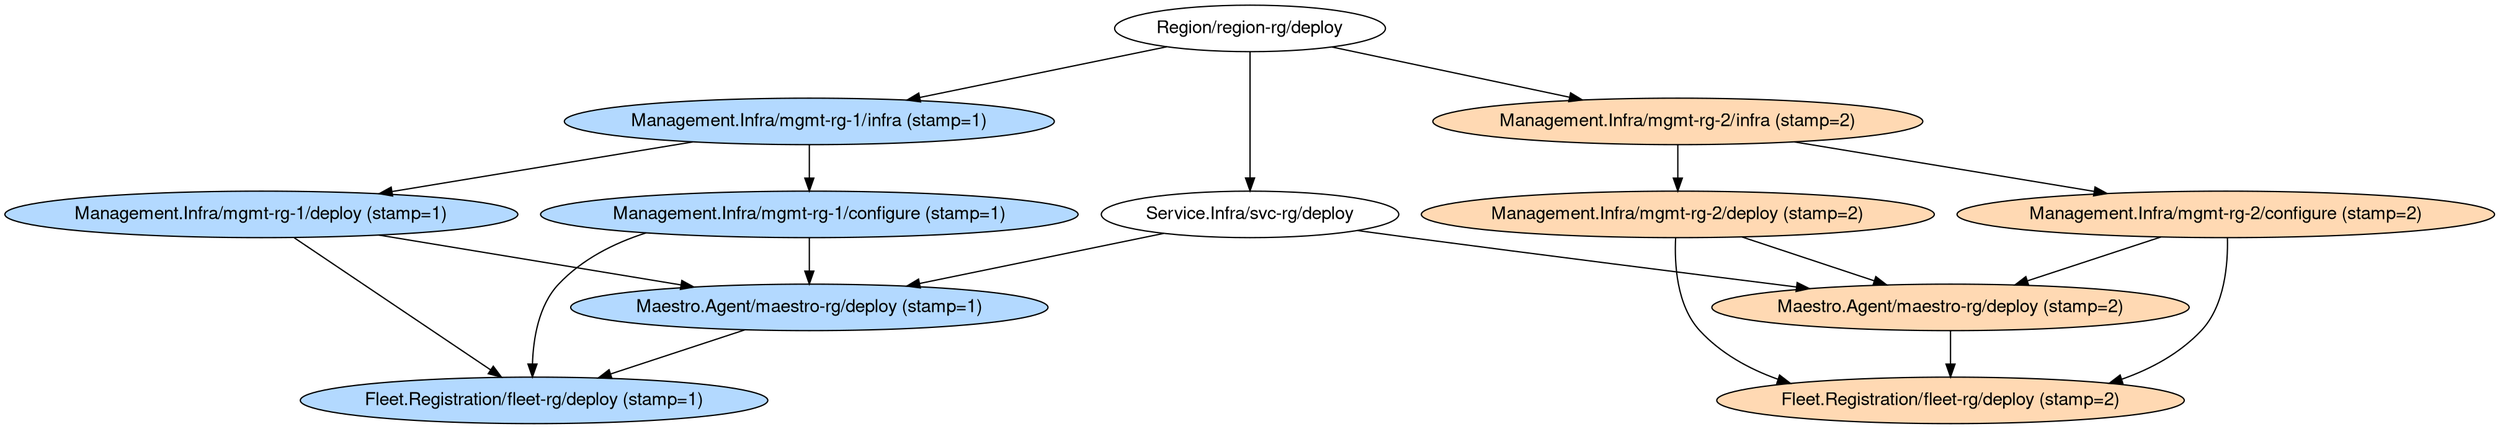
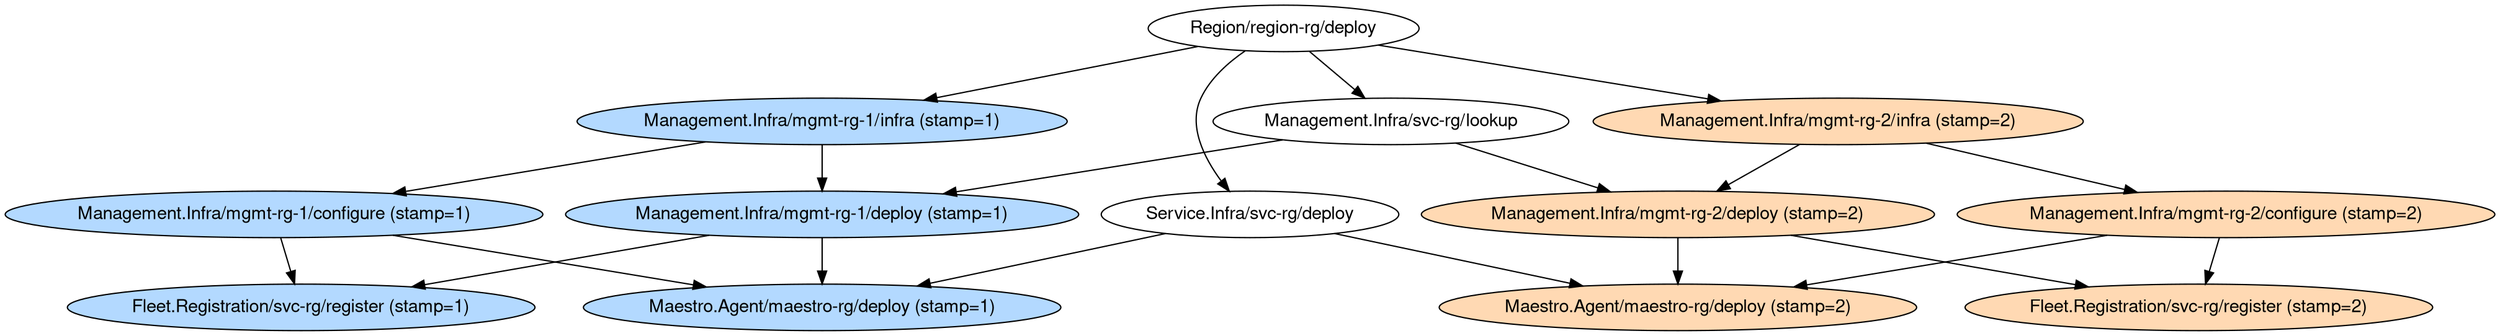
digraph regexp {
 fontname="Helvetica,Arial,sans-serif"
 node [fontname="Helvetica,Arial,sans-serif"]
 edge [fontname="Helvetica,Arial,sans-serif"]
 "Region_region-rg_deploy" [label="Region/region-rg/deploy"];
 "Region_region-rg_deploy" -> "Service.Infra_svc-rg_deploy";
+  "Region_region-rg_deploy" -> "Management.Infra_svc-rg_lookup";
 "Region_region-rg_deploy" -> "Management.Infra_mgmt-rg_infra_1";
 "Region_region-rg_deploy" -> "Management.Infra_mgmt-rg_infra_2";
 "Service.Infra_svc-rg_deploy" [label="Service.Infra/svc-rg/deploy"];
 "Service.Infra_svc-rg_deploy" -> "Maestro.Agent_maestro-rg_deploy_1";
 "Service.Infra_svc-rg_deploy" -> "Maestro.Agent_maestro-rg_deploy_2";
+  "Management.Infra_svc-rg_lookup" [label="Management.Infra/svc-rg/lookup"];
+  "Management.Infra_svc-rg_lookup" -> "Management.Infra_mgmt-rg_deploy_1";
+  "Management.Infra_svc-rg_lookup" -> "Management.Infra_mgmt-rg_deploy_2";
 "Management.Infra_mgmt-rg_configure_1" [label="Management.Infra/mgmt-rg-1/configure (stamp=1)" style=filled fillcolor="#B3D9FF"];
 "Management.Infra_mgmt-rg_configure_1" -> "Maestro.Agent_maestro-rg_deploy_1";
-  "Management.Infra_mgmt-rg_configure_1" -> "Fleet.Registration_fleet-rg_deploy_1";
+  "Management.Infra_mgmt-rg_configure_1" -> "Fleet.Registration_svc-rg-stamped_register_1";
 "Management.Infra_mgmt-rg_deploy_1" [label="Management.Infra/mgmt-rg-1/deploy (stamp=1)" style=filled fillcolor="#B3D9FF"];
 "Management.Infra_mgmt-rg_deploy_1" -> "Maestro.Agent_maestro-rg_deploy_1";
-  "Management.Infra_mgmt-rg_deploy_1" -> "Fleet.Registration_fleet-rg_deploy_1";
+  "Management.Infra_mgmt-rg_deploy_1" -> "Fleet.Registration_svc-rg-stamped_register_1";
 "Management.Infra_mgmt-rg_infra_1" [label="Management.Infra/mgmt-rg-1/infra (stamp=1)" style=filled fillcolor="#B3D9FF"];
 "Management.Infra_mgmt-rg_infra_1" -> "Management.Infra_mgmt-rg_configure_1";
 "Management.Infra_mgmt-rg_infra_1" -> "Management.Infra_mgmt-rg_deploy_1";
 "Management.Infra_mgmt-rg_configure_2" [label="Management.Infra/mgmt-rg-2/configure (stamp=2)" style=filled fillcolor="#FFD9B3"];
 "Management.Infra_mgmt-rg_configure_2" -> "Maestro.Agent_maestro-rg_deploy_2";
-  "Management.Infra_mgmt-rg_configure_2" -> "Fleet.Registration_fleet-rg_deploy_2";
+  "Management.Infra_mgmt-rg_configure_2" -> "Fleet.Registration_svc-rg-stamped_register_2";
 "Management.Infra_mgmt-rg_deploy_2" [label="Management.Infra/mgmt-rg-2/deploy (stamp=2)" style=filled fillcolor="#FFD9B3"];
 "Management.Infra_mgmt-rg_deploy_2" -> "Maestro.Agent_maestro-rg_deploy_2";
-  "Management.Infra_mgmt-rg_deploy_2" -> "Fleet.Registration_fleet-rg_deploy_2";
+  "Management.Infra_mgmt-rg_deploy_2" -> "Fleet.Registration_svc-rg-stamped_register_2";
 "Management.Infra_mgmt-rg_infra_2" [label="Management.Infra/mgmt-rg-2/infra (stamp=2)" style=filled fillcolor="#FFD9B3"];
 "Management.Infra_mgmt-rg_infra_2" -> "Management.Infra_mgmt-rg_configure_2";
 "Management.Infra_mgmt-rg_infra_2" -> "Management.Infra_mgmt-rg_deploy_2";
 "Maestro.Agent_maestro-rg_deploy_1" [label="Maestro.Agent/maestro-rg/deploy (stamp=1)" style=filled fillcolor="#B3D9FF"];
-  "Maestro.Agent_maestro-rg_deploy_1" -> "Fleet.Registration_fleet-rg_deploy_1";
 "Maestro.Agent_maestro-rg_deploy_2" [label="Maestro.Agent/maestro-rg/deploy (stamp=2)" style=filled fillcolor="#FFD9B3"];
-  "Maestro.Agent_maestro-rg_deploy_2" -> "Fleet.Registration_fleet-rg_deploy_2";
-  "Fleet.Registration_fleet-rg_deploy_1" [label="Fleet.Registration/fleet-rg/deploy (stamp=1)" style=filled fillcolor="#B3D9FF"];
-  "Fleet.Registration_fleet-rg_deploy_2" [label="Fleet.Registration/fleet-rg/deploy (stamp=2)" style=filled fillcolor="#FFD9B3"];
+  "Fleet.Registration_svc-rg-stamped_register_1" [label="Fleet.Registration/svc-rg/register (stamp=1)" style=filled fillcolor="#B3D9FF"];
+  "Fleet.Registration_svc-rg-stamped_register_2" [label="Fleet.Registration/svc-rg/register (stamp=2)" style=filled fillcolor="#FFD9B3"];
}